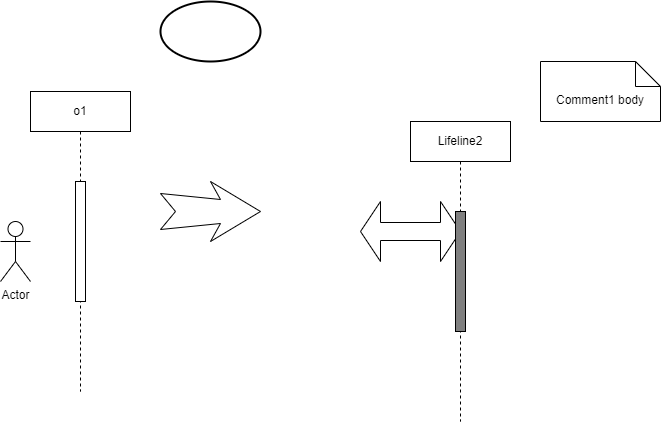
The draw.io diagram pyglet_impl/doc/demo2.drawio.png in lshengjian/FlowField, before a commit. Source tidied: cells renumbered, new cells last; positions are measured from the earlier drawing's top-left corner, leaving out a move shared by most shapes.
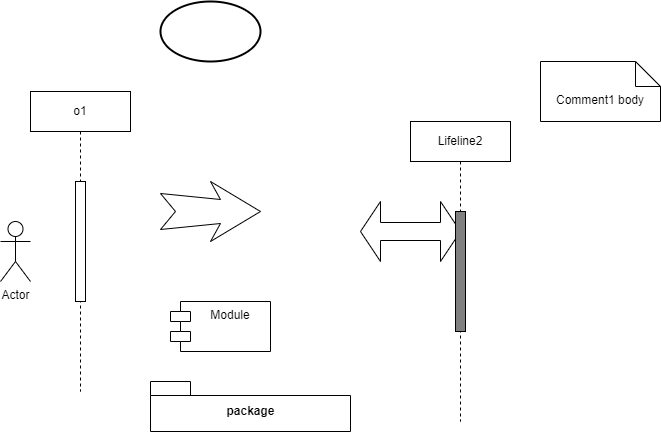
Above is the later version.

Diff of the diagram source:
```diff
@@ -29,5 +29,11 @@
     <mxCell id="10" value="Comment1 body" style="shape=note2;boundedLbl=1;whiteSpace=wrap;html=1;size=25;verticalAlign=top;align=center;" parent="1" vertex="1">
       <mxGeometry x="540" y="60" width="120" height="60" as="geometry" />
     </mxCell>
+    <mxCell id="11" value="Module" style="shape=module;align=left;spacingLeft=20;align=center;verticalAlign=top;" parent="1" vertex="1">
+      <mxGeometry x="170" y="300" width="100" height="50" as="geometry" />
+    </mxCell>
+    <mxCell id="12" value="package" style="shape=folder;fontStyle=1;spacingTop=10;tabWidth=40;tabHeight=14;tabPosition=left;html=1;" parent="1" vertex="1">
+      <mxGeometry x="150" y="380" width="200" height="50" as="geometry" />
+    </mxCell>
   </root>
 </mxGraphModel>
```
